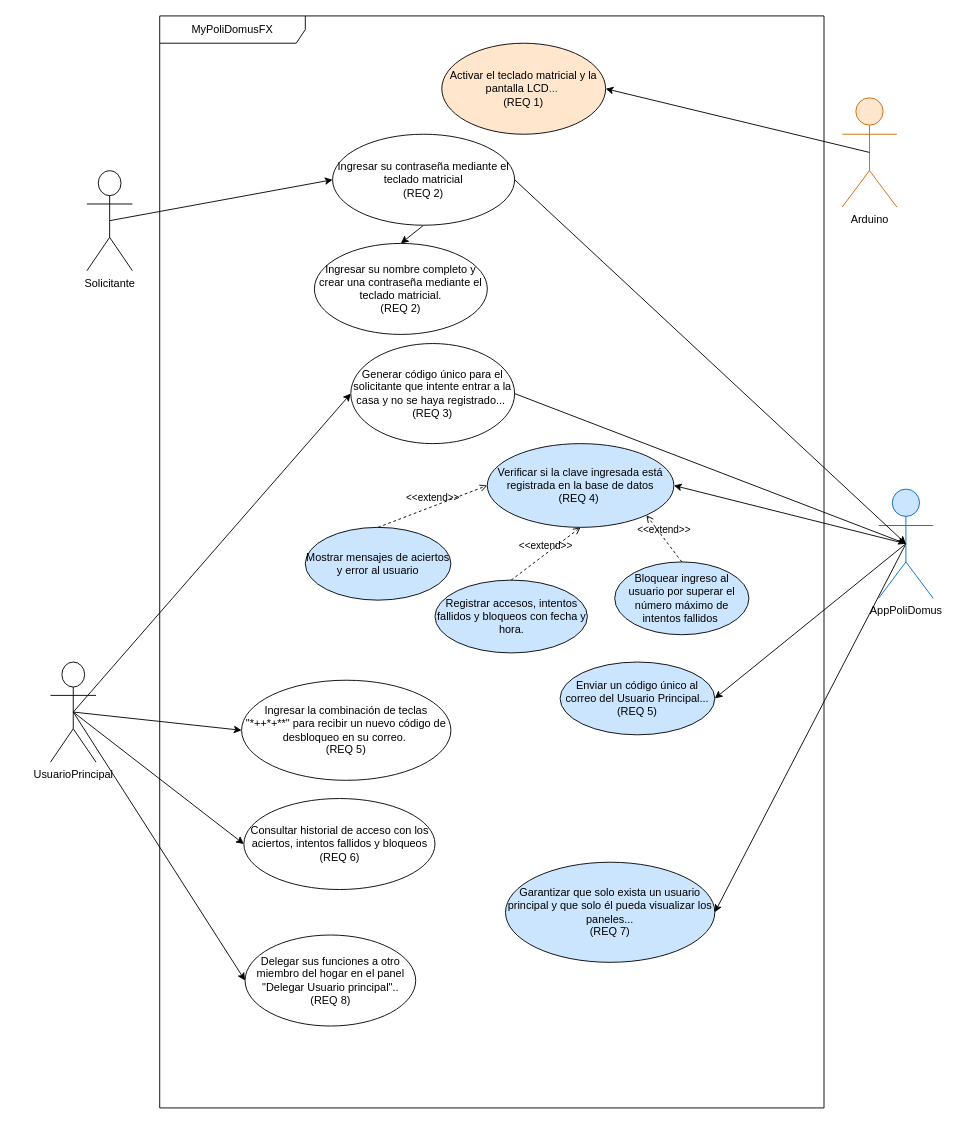
Above: docs/design/02_UseCase.drawio in C-b4s/my-polidomusfx (draw.io), before the change. Source tidied: cells renumbered, new cells numbered last; positions are measured from the earlier drawing's top-left corner, leaving out a move shared by most shapes. Both pictures are drawn from the tidied source at 91%, with x=0, y=0 at pixel (50, 15).
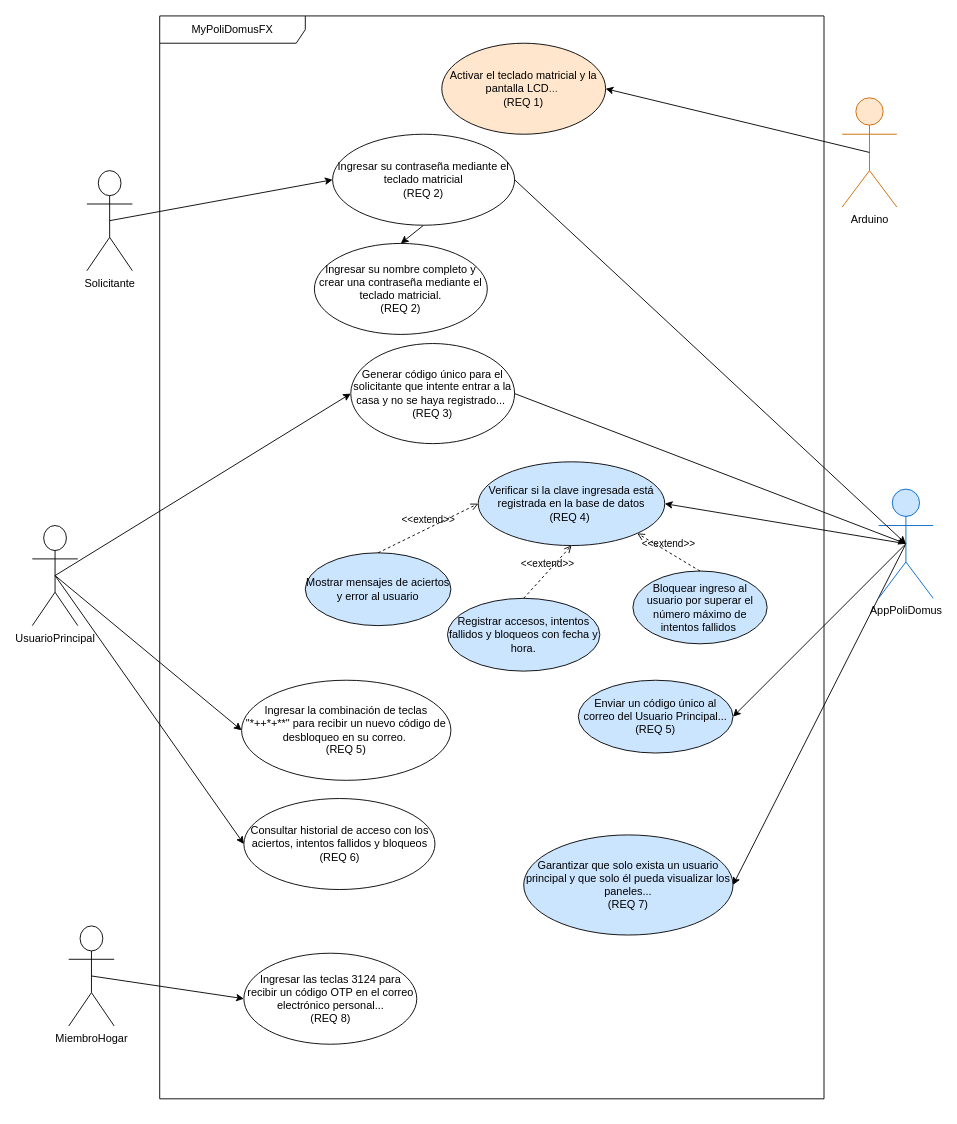
After the change.

Commit message:
Se corrigió el diagrama Use Case

What changed in the source:
```diff
@@
     <mxCell id="2" value="MyPoliDomusFX" style="shape=umlFrame;whiteSpace=wrap;html=1;width=160;" parent="1" vertex="1">
-      <mxGeometry x="120" width="730" height="1200" as="geometry" />
+      <mxGeometry x="120" width="730" height="1190" as="geometry" />
     </mxCell>
@@
     <mxCell id="9" value="Verificar si la clave ingresada está registrada en la base de datos&lt;div&gt;(REQ 4)&amp;nbsp;&lt;/div&gt;" style="ellipse;html=1;whiteSpace=wrap;fillColor=#CCE5FF;" parent="2" vertex="1">
-      <mxGeometry x="360" y="470" width="205" height="92" as="geometry" />
+      <mxGeometry x="350" y="490" width="205" height="92" as="geometry" />
     </mxCell>
     <mxCell id="10" value="Mostrar mensajes de aciertos y error al usuario" style="ellipse;html=1;whiteSpace=wrap;fillColor=#CCE5FF;" parent="2" vertex="1">
-      <mxGeometry x="160" y="562" width="160" height="80" as="geometry" />
+      <mxGeometry x="160" y="590" width="160" height="80" as="geometry" />
     </mxCell>
     <mxCell id="11" value="Registrar accesos, intentos fallidos y bloqueos con fecha y hora." style="ellipse;html=1;whiteSpace=wrap;fillColor=#CCE5FF;" parent="2" vertex="1">
-      <mxGeometry x="302.5" y="620" width="167.5" height="80" as="geometry" />
+      <mxGeometry x="316.2" y="640" width="167.5" height="80" as="geometry" />
     </mxCell>
     <mxCell id="12" value="Bloquear ingreso al usuario por superar el número máximo de intentos fallidos&amp;nbsp;" style="ellipse;html=1;whiteSpace=wrap;fillColor=#CCE5FF;" parent="2" vertex="1">
-      <mxGeometry x="500" y="600" width="147.5" height="80" as="geometry" />
+      <mxGeometry x="520" y="610" width="147.5" height="80" as="geometry" />
     </mxCell>
@@
     <mxCell id="16" value="Enviar un código único al correo del Usuario Principal...&lt;div&gt;(REQ 5)&lt;/div&gt;" style="ellipse;html=1;whiteSpace=wrap;fillColor=#CCE5FF;" parent="2" vertex="1">
-      <mxGeometry x="440" y="710" width="170" height="80" as="geometry" />
+      <mxGeometry x="460" y="730" width="170" height="80" as="geometry" />
     </mxCell>
@@
-    <mxCell id="18" value="Delegar sus funciones&amp;nbsp;a otro miembro del hogar en el panel &quot;Delegar Usuario principal&quot;..&lt;div&gt;(REQ 8)&lt;/div&gt;" style="ellipse;html=1;whiteSpace=wrap;" parent="2" vertex="1">
-      <mxGeometry x="93.8" y="1010" width="187.5" height="100" as="geometry" />
-    </mxCell>
     <mxCell id="19" value="Garantizar que solo exista un usuario principal y que solo él pueda visualizar los paneles...&lt;div&gt;(REQ 7)&lt;/div&gt;" style="ellipse;html=1;whiteSpace=wrap;fillColor=#CCE5FF;" parent="2" vertex="1">
-      <mxGeometry x="380" y="930" width="230" height="110" as="geometry" />
+      <mxGeometry x="400" y="900" width="230" height="110" as="geometry" />
     </mxCell>
+    <mxCell id="35" value="Ingresar las teclas 3124 para recibir un código OTP en el correo electrónico personal...&lt;div&gt;(REQ 8)&lt;/div&gt;" style="ellipse;html=1;whiteSpace=wrap;" parent="2" vertex="1">
+      <mxGeometry x="92.5" y="1030" width="190" height="100" as="geometry" />
+    </mxCell>
@@
-    <mxCell id="31" style="edgeStyle=none;html=1;exitX=0.5;exitY=0.5;exitDx=0;exitDy=0;exitPerimeter=0;entryX=0;entryY=0.5;entryDx=0;entryDy=0;" parent="1" edge="1" source="32" target="18">
-      <mxGeometry relative="1" as="geometry" />
-    </mxCell>
     <mxCell id="32" value="UsuarioPrincipal" style="shape=umlActor;verticalLabelPosition=bottom;verticalAlign=top;html=1;" parent="1" vertex="1">
-      <mxGeometry y="710" width="50" height="110" as="geometry" />
+      <mxGeometry x="-20" y="560" width="50" height="110" as="geometry" />
     </mxCell>
@@
+    <mxCell id="36" style="edgeStyle=none;html=1;exitX=0.5;exitY=0.5;exitDx=0;exitDy=0;exitPerimeter=0;entryX=0;entryY=0.5;entryDx=0;entryDy=0;" parent="1" edge="1" source="37" target="35">
+      <mxGeometry relative="1" as="geometry" />
+    </mxCell>
+    <mxCell id="37" value="MiembroHogar" style="shape=umlActor;verticalLabelPosition=bottom;verticalAlign=top;html=1;" parent="1" vertex="1">
+      <mxGeometry x="20" y="1000" width="50" height="110" as="geometry" />
+    </mxCell>
```
